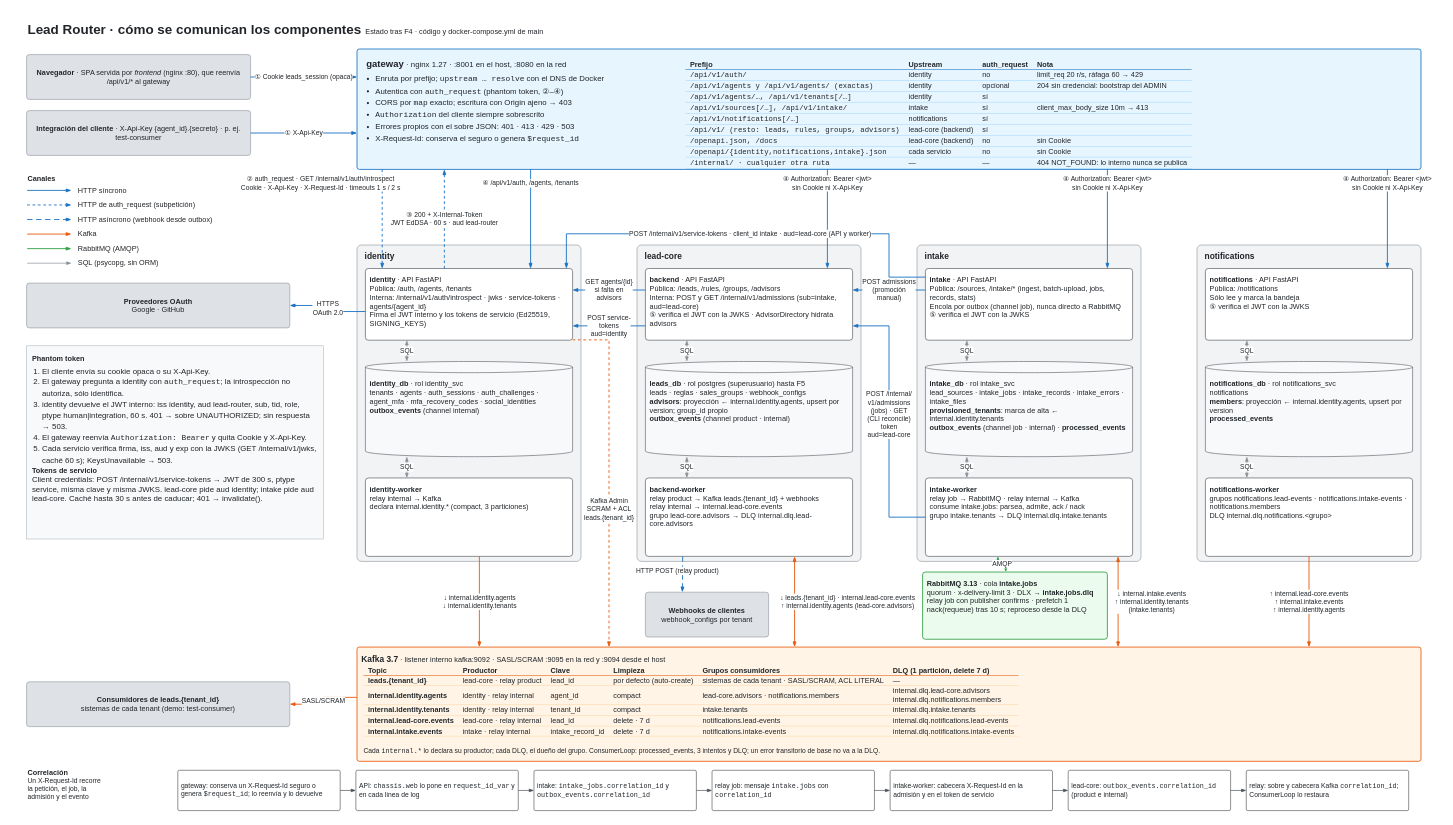
This is docs/content/microservices/diagramas/comunicacion.drawio from MDCIrony/leads-hexa, a draw.io file, before an edit. Source tidied: cells renumbered, new cells numbered last; positions are measured from the earlier drawing's top-left corner, leaving out a move shared by most shapes. Both pictures are drawn from the tidied source at 56%, with x=0, y=0 at pixel (10, 10).
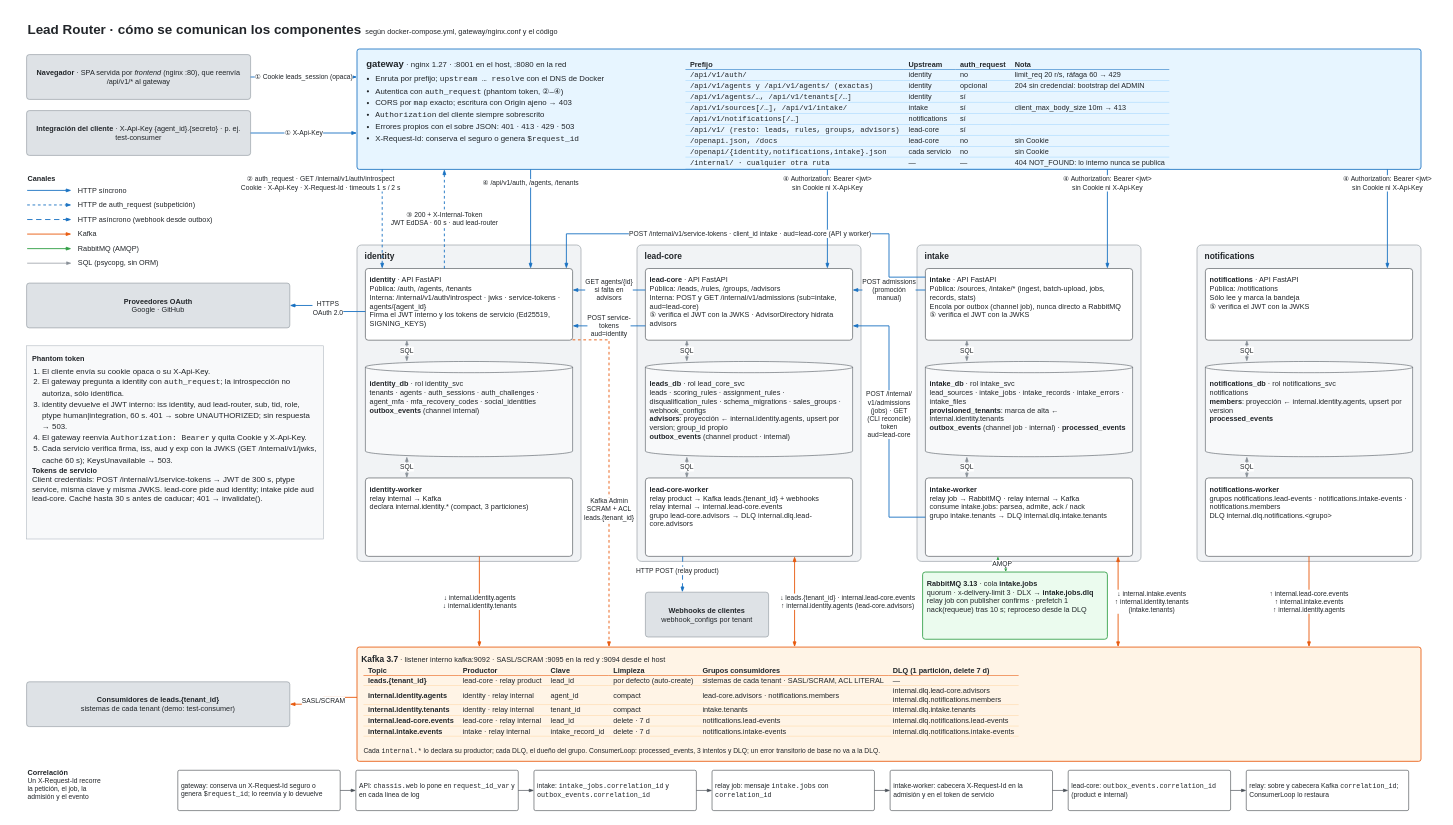
The same diagram, later.

Commit message (it also covers changes not shown here):
docs(microservices): diagrams of the final architecture

What changed in the source:
```diff
@@
-    <mxCell id="3" value="&lt;b style='font-size:24px'&gt;Lead Router · cómo se comunican los componentes&lt;/b&gt;&lt;span style='font-size:13px'&gt;&amp;nbsp;&amp;nbsp;Estado tras F4 · código y docker-compose.yml de main&lt;/span&gt;" style="fontFamily=Helvetica;html=1;whiteSpace=wrap;text;align=left;verticalAlign=top;fontSize=12;fontColor=#212529;" parent="1" vertex="1">
+    <mxCell id="3" value="&lt;b style='font-size:24px'&gt;Lead Router · cómo se comunican los componentes&lt;/b&gt;&lt;span style='font-size:13px'&gt;&amp;nbsp;&amp;nbsp;según docker-compose.yml, gateway/nginx.conf y el código&lt;/span&gt;" style="fontFamily=Helvetica;html=1;whiteSpace=wrap;text;align=left;verticalAlign=top;fontSize=12;fontColor=#212529;" parent="1" vertex="1">
       <mxGeometry x="30" y="14" width="1500" height="40" as="geometry" />
     </mxCell>
@@
-    <mxCell id="8" value="&lt;table style='border-collapse:collapse;font-size:13px'&gt;&lt;tr&gt;&lt;th style='padding:1px 8px;text-align:left;border-bottom:1.5px solid #1971C2'&gt;Prefijo&lt;/th&gt;&lt;th style='padding:1px 8px;text-align:left;border-bottom:1.5px solid #1971C2'&gt;Upstream&lt;/th&gt;&lt;th style='padding:1px 8px;text-align:left;border-bottom:1.5px solid #1971C2'&gt;auth_request&lt;/th&gt;&lt;th style='padding:1px 8px;text-align:left;border-bottom:1.5px solid #1971C2'&gt;Nota&lt;/th&gt;&lt;/tr&gt;&lt;tr&gt;&lt;td style='padding:1px 8px;border-bottom:1px solid #A5D8FF'&gt;&lt;code&gt;/api/v1/auth/&lt;/code&gt;&lt;/td&gt;&lt;td style='padding:1px 8px;border-bottom:1px solid #A5D8FF'&gt;identity&lt;/td&gt;&lt;td style='padding:1px 8px;border-bottom:1px solid #A5D8FF'&gt;no&lt;/td&gt;&lt;td style='padding:1px 8px;border-bottom:1px solid #A5D8FF'&gt;limit_req 20 r/s, ráfaga 60 → 429&lt;/td&gt;&lt;/tr&gt;&lt;tr&gt;&lt;td style='padding:1px 8px;border-bottom:1px solid #A5D8FF'&gt;&lt;code&gt;/api/v1/agents y /api/v1/agents/ (exactas)&lt;/code&gt;&lt;/td&gt;&lt;td style='padding:1px 8px;border-bottom:1px solid #A5D8FF'&gt;identity&lt;/td&gt;&lt;td style='padding:1px 8px;border-bottom:1px solid #A5D8FF'&gt;opcional&lt;/td&gt;&lt;td style='padding:1px 8px;border-bottom:1px solid #A5D8FF'&gt;204 sin credencial: bootstrap del ADMIN&lt;/td&gt;&lt;/tr&gt;&lt;tr&gt;&lt;td style='padding:1px 8px;border-bottom:1px solid #A5D8FF'&gt;&lt;code&gt;/api/v1/agents/…, /api/v1/tenants[/…]&lt;/code&gt;&lt;/td&gt;&lt;td style='padding:1px 8px;border-bottom:1px solid #A5D8FF'&gt;identity&lt;/td&gt;&lt;td style='padding:1px 8px;border-bottom:1px solid #A5D8FF'&gt;sí&lt;/td&gt;&lt;td style='padding:1px 8px;border-bottom:1px solid #A5D8FF'&gt;&lt;/td&gt;&lt;/tr&gt;&lt;tr&gt;&lt;td style='padding:1px 8px;border-bottom:1px solid #A5D8FF'&gt;&lt;code&gt;/api/v1/sources[/…], /api/v1/intake/&lt;/code&gt;&lt;/td&gt;&lt;td style='padding:1px 8px;border-bottom:1px solid #A5D8FF'&gt;intake&lt;/td&gt;&lt;td style='padding:1px 8px;border-bottom:1px solid #A5D8FF'&gt;sí&lt;/td&gt;&lt;td style='padding:1px 8px;border-bottom:1px solid #A5D8FF'&gt;client_max_body_size 10m → 413&lt;/td&gt;&lt;/tr&gt;&lt;tr&gt;&lt;td style='padding:1px 8px;border-bottom:1px solid #A5D8FF'&gt;&lt;code&gt;/api/v1/notifications[/…]&lt;/code&gt;&lt;/td&gt;&lt;td style='padding:1px 8px;border-bottom:1px solid #A5D8FF'&gt;notifications&lt;/td&gt;&lt;td style='padding:1px 8px;border-bottom:1px solid #A5D8FF'&gt;sí&lt;/td&gt;&lt;td style='padding:1px 8px;border-bottom:1px solid #A5D8FF'&gt;&lt;/td&gt;&lt;/tr&gt;&lt;tr&gt;&lt;td style='padding:1px 8px;border-bottom:1px solid #A5D8FF'&gt;&lt;code&gt;/api/v1/ (resto: leads, rules, groups, advisors)&lt;/code&gt;&lt;/td&gt;&lt;td style='padding:1px 8px;border-bottom:1px solid #A5D8FF'&gt;lead-core (backend)&lt;/td&gt;&lt;td style='padding:1px 8px;border-bottom:1px solid #A5D8FF'&gt;sí&lt;/td&gt;&lt;td style='padding:1px 8px;border-bottom:1px solid #A5D8FF'&gt;&lt;/td&gt;&lt;/tr&gt;&lt;tr&gt;&lt;td style='padding:1px 8px;border-bottom:1px solid #A5D8FF'&gt;&lt;code&gt;/openapi.json, /docs&lt;/code&gt;&lt;/td&gt;&lt;td style='padding:1px 8px;border-bottom:1px solid #A5D8FF'&gt;lead-core (backend)&lt;/td&gt;&lt;td style='padding:1px 8px;border-bottom:1px solid #A5D8FF'&gt;no&lt;/td&gt;&lt;td style='padding:1px 8px;border-bottom:1px solid #A5D8FF'&gt;sin Cookie&lt;/td&gt;&lt;/tr&gt;&lt;tr&gt;&lt;td style='padding:1px 8px;border-bottom:1px solid #A5D8FF'&gt;&lt;code&gt;/openapi/{identity,notifications,intake}.json&lt;/code&gt;&lt;/td&gt;&lt;td style='padding:1px 8px;border-bottom:1px solid #A5D8FF'&gt;cada servicio&lt;/td&gt;&lt;td style='padding:1px 8px;border-bottom:1px solid #A5D8FF'&gt;no&lt;/td&gt;&lt;td style='padding:1px 8px;border-bottom:1px solid #A5D8FF'&gt;sin Cookie&lt;/td&gt;&lt;/tr&gt;&lt;tr&gt;&lt;td style='padding:1px 8px;border-bottom:1px solid #A5D8FF'&gt;&lt;code&gt;/internal/ · cualquier otra ruta&lt;/code&gt;&lt;/td&gt;&lt;td style='padding:1px 8px;border-bottom:1px solid #A5D8FF'&gt;—&lt;/td&gt;&lt;td style='padding:1px 8px;border-bottom:1px solid #A5D8FF'&gt;—&lt;/td&gt;&lt;td style='padding:1px 8px;border-bottom:1px solid #A5D8FF'&gt;404 NOT_FOUND: lo interno nunca se publica&lt;/td&gt;&lt;/tr&gt;&lt;/table&gt;" style="fontFamily=Helvetica;html=1;whiteSpace=wrap;text;align=left;verticalAlign=top;fontSize=12;fontColor=#212529;" parent="1" vertex="1">
+    <mxCell id="8" value="&lt;table style='border-collapse:collapse;font-size:13px'&gt;&lt;tr&gt;&lt;th style='padding:1px 8px;text-align:left;border-bottom:1.5px solid #1971C2'&gt;Prefijo&lt;/th&gt;&lt;th style='padding:1px 8px;text-align:left;border-bottom:1.5px solid #1971C2'&gt;Upstream&lt;/th&gt;&lt;th style='padding:1px 8px;text-align:left;border-bottom:1.5px solid #1971C2'&gt;auth_request&lt;/th&gt;&lt;th style='padding:1px 8px;text-align:left;border-bottom:1.5px solid #1971C2'&gt;Nota&lt;/th&gt;&lt;/tr&gt;&lt;tr&gt;&lt;td style='padding:1px 8px;border-bottom:1px solid #A5D8FF'&gt;&lt;code&gt;/api/v1/auth/&lt;/code&gt;&lt;/td&gt;&lt;td style='padding:1px 8px;border-bottom:1px solid #A5D8FF'&gt;identity&lt;/td&gt;&lt;td style='padding:1px 8px;border-bottom:1px solid #A5D8FF'&gt;no&lt;/td&gt;&lt;td style='padding:1px 8px;border-bottom:1px solid #A5D8FF'&gt;limit_req 20 r/s, ráfaga 60 → 429&lt;/td&gt;&lt;/tr&gt;&lt;tr&gt;&lt;td style='padding:1px 8px;border-bottom:1px solid #A5D8FF'&gt;&lt;code&gt;/api/v1/agents y /api/v1/agents/ (exactas)&lt;/code&gt;&lt;/td&gt;&lt;td style='padding:1px 8px;border-bottom:1px solid #A5D8FF'&gt;identity&lt;/td&gt;&lt;td style='padding:1px 8px;border-bottom:1px solid #A5D8FF'&gt;opcional&lt;/td&gt;&lt;td style='padding:1px 8px;border-bottom:1px solid #A5D8FF'&gt;204 sin credencial: bootstrap del ADMIN&lt;/td&gt;&lt;/tr&gt;&lt;tr&gt;&lt;td style='padding:1px 8px;border-bottom:1px solid #A5D8FF'&gt;&lt;code&gt;/api/v1/agents/…, /api/v1/tenants[/…]&lt;/code&gt;&lt;/td&gt;&lt;td style='padding:1px 8px;border-bottom:1px solid #A5D8FF'&gt;identity&lt;/td&gt;&lt;td style='padding:1px 8px;border-bottom:1px solid #A5D8FF'&gt;sí&lt;/td&gt;&lt;td style='padding:1px 8px;border-bottom:1px solid #A5D8FF'&gt;&lt;/td&gt;&lt;/tr&gt;&lt;tr&gt;&lt;td style='padding:1px 8px;border-bottom:1px solid #A5D8FF'&gt;&lt;code&gt;/api/v1/sources[/…], /api/v1/intake/&lt;/code&gt;&lt;/td&gt;&lt;td style='padding:1px 8px;border-bottom:1px solid #A5D8FF'&gt;intake&lt;/td&gt;&lt;td style='padding:1px 8px;border-bottom:1px solid #A5D8FF'&gt;sí&lt;/td&gt;&lt;td style='padding:1px 8px;border-bottom:1px solid #A5D8FF'&gt;client_max_body_size 10m → 413&lt;/td&gt;&lt;/tr&gt;&lt;tr&gt;&lt;td style='padding:1px 8px;border-bottom:1px solid #A5D8FF'&gt;&lt;code&gt;/api/v1/notifications[/…]&lt;/code&gt;&lt;/td&gt;&lt;td style='padding:1px 8px;border-bottom:1px solid #A5D8FF'&gt;notifications&lt;/td&gt;&lt;td style='padding:1px 8px;border-bottom:1px solid #A5D8FF'&gt;sí&lt;/td&gt;&lt;td style='padding:1px 8px;border-bottom:1px solid #A5D8FF'&gt;&lt;/td&gt;&lt;/tr&gt;&lt;tr&gt;&lt;td style='padding:1px 8px;border-bottom:1px solid #A5D8FF'&gt;&lt;code&gt;/api/v1/ (resto: leads, rules, groups, advisors)&lt;/code&gt;&lt;/td&gt;&lt;td style='padding:1px 8px;border-bottom:1px solid #A5D8FF'&gt;lead-core&lt;/td&gt;&lt;td style='padding:1px 8px;border-bottom:1px solid #A5D8FF'&gt;sí&lt;/td&gt;&lt;td style='padding:1px 8px;border-bottom:1px solid #A5D8FF'&gt;&lt;/td&gt;&lt;/tr&gt;&lt;tr&gt;&lt;td style='padding:1px 8px;border-bottom:1px solid #A5D8FF'&gt;&lt;code&gt;/openapi.json, /docs&lt;/code&gt;&lt;/td&gt;&lt;td style='padding:1px 8px;border-bottom:1px solid #A5D8FF'&gt;lead-core&lt;/td&gt;&lt;td style='padding:1px 8px;border-bottom:1px solid #A5D8FF'&gt;no&lt;/td&gt;&lt;td style='padding:1px 8px;border-bottom:1px solid #A5D8FF'&gt;sin Cookie&lt;/td&gt;&lt;/tr&gt;&lt;tr&gt;&lt;td style='padding:1px 8px;border-bottom:1px solid #A5D8FF'&gt;&lt;code&gt;/openapi/{identity,notifications,intake}.json&lt;/code&gt;&lt;/td&gt;&lt;td style='padding:1px 8px;border-bottom:1px solid #A5D8FF'&gt;cada servicio&lt;/td&gt;&lt;td style='padding:1px 8px;border-bottom:1px solid #A5D8FF'&gt;no&lt;/td&gt;&lt;td style='padding:1px 8px;border-bottom:1px solid #A5D8FF'&gt;sin Cookie&lt;/td&gt;&lt;/tr&gt;&lt;tr&gt;&lt;td style='padding:1px 8px;border-bottom:1px solid #A5D8FF'&gt;&lt;code&gt;/internal/ · cualquier otra ruta&lt;/code&gt;&lt;/td&gt;&lt;td style='padding:1px 8px;border-bottom:1px solid #A5D8FF'&gt;—&lt;/td&gt;&lt;td style='padding:1px 8px;border-bottom:1px solid #A5D8FF'&gt;—&lt;/td&gt;&lt;td style='padding:1px 8px;border-bottom:1px solid #A5D8FF'&gt;404 NOT_FOUND: lo interno nunca se publica&lt;/td&gt;&lt;/tr&gt;&lt;/table&gt;" style="fontFamily=Helvetica;html=1;whiteSpace=wrap;text;align=left;verticalAlign=top;fontSize=12;fontColor=#212529;" parent="1" vertex="1">
       <mxGeometry x="1205" y="82" width="1305" height="250" as="geometry" />
     </mxCell>
@@
-    <mxCell id="16" value="&lt;b&gt;backend&lt;/b&gt; · API FastAPI&lt;br&gt;Pública: /leads, /rules, /groups, /advisors&lt;br&gt;Interna: POST y GET /internal/v1/admissions (sub=intake, aud=lead-core)&lt;br&gt;⑤ verifica el JWT con la JWKS · AdvisorDirectory hidrata advisors" style="fontFamily=Helvetica;html=1;whiteSpace=wrap;rounded=1;arcSize=4;fillColor=#FFFFFF;strokeColor=#343A40;fontColor=#212529;fontSize=13;align=left;verticalAlign=top;spacing=8;" parent="1" vertex="1">
+    <mxCell id="16" value="&lt;b&gt;lead-core&lt;/b&gt; · API FastAPI&lt;br&gt;Pública: /leads, /rules, /groups, /advisors&lt;br&gt;Interna: POST y GET /internal/v1/admissions (sub=intake, aud=lead-core)&lt;br&gt;⑤ verifica el JWT con la JWKS · AdvisorDirectory hidrata advisors" style="fontFamily=Helvetica;html=1;whiteSpace=wrap;rounded=1;arcSize=4;fillColor=#FFFFFF;strokeColor=#343A40;fontColor=#212529;fontSize=13;align=left;verticalAlign=top;spacing=8;" parent="1" vertex="1">
       <mxGeometry x="1135" y="462" width="370" height="128" as="geometry" />
     </mxCell>
@@
-    <mxCell id="20" value="&lt;b&gt;leads_db&lt;/b&gt; · rol postgres (superusuario) hasta F5&lt;br&gt;leads · reglas · sales_groups · webhook_configs&lt;br&gt;&lt;b&gt;advisors&lt;/b&gt;: proyección ← internal.identity.agents, upsert por version; group_id propio&lt;br&gt;&lt;b&gt;outbox_events&lt;/b&gt; (channel product · internal)" style="fontFamily=Helvetica;html=1;whiteSpace=wrap;shape=cylinder3;size=10;boundedLbl=1;fillColor=#F8F9FA;strokeColor=#495057;fontColor=#212529;fontSize=13;align=left;verticalAlign=top;spacing=8;" parent="1" vertex="1">
+    <mxCell id="20" value="&lt;b&gt;leads_db&lt;/b&gt; · rol lead_core_svc&lt;br&gt;leads · scoring_rules · assignment_rules · disqualification_rules · schema_migrations · sales_groups · webhook_configs&lt;br&gt;&lt;b&gt;advisors&lt;/b&gt;: proyección ← internal.identity.agents, upsert por version; group_id propio&lt;br&gt;&lt;b&gt;outbox_events&lt;/b&gt; (channel product · internal)" style="fontFamily=Helvetica;html=1;whiteSpace=wrap;shape=cylinder3;size=10;boundedLbl=1;fillColor=#F8F9FA;strokeColor=#495057;fontColor=#212529;fontSize=13;align=left;verticalAlign=top;spacing=8;" parent="1" vertex="1">
       <mxGeometry x="1135" y="628" width="370" height="170" as="geometry" />
     </mxCell>
@@
-    <mxCell id="24" value="&lt;b&gt;backend-worker&lt;/b&gt;&lt;br&gt;relay product → Kafka leads.{tenant_id} + webhooks&lt;br&gt;relay internal → internal.lead-core.events&lt;br&gt;grupo lead-core.advisors → DLQ internal.dlq.lead-core.advisors" style="fontFamily=Helvetica;html=1;whiteSpace=wrap;rounded=1;arcSize=4;fillColor=#FFFFFF;strokeColor=#343A40;fontColor=#212529;fontSize=13;align=left;verticalAlign=top;spacing=8;" parent="1" vertex="1">
+    <mxCell id="24" value="&lt;b&gt;lead-core-worker&lt;/b&gt;&lt;br&gt;relay product → Kafka leads.{tenant_id} + webhooks&lt;br&gt;relay internal → internal.lead-core.events&lt;br&gt;grupo lead-core.advisors → DLQ internal.dlq.lead-core.advisors" style="fontFamily=Helvetica;html=1;whiteSpace=wrap;rounded=1;arcSize=4;fillColor=#FFFFFF;strokeColor=#343A40;fontColor=#212529;fontSize=13;align=left;verticalAlign=top;spacing=8;" parent="1" vertex="1">
       <mxGeometry x="1135" y="836" width="370" height="140" as="geometry" />
     </mxCell>
```
